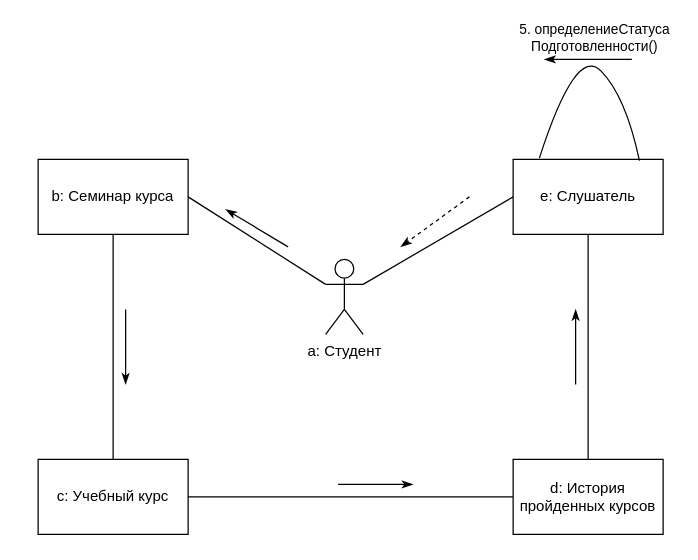
This is acms4_2.drawio from v-tempe/draw.io, a draw.io file, before an edit. Source tidied: cells renumbered, new cells numbered last; positions are measured from the earlier drawing's top-left corner, leaving out a move shared by most shapes. Both pictures are drawn from the tidied source at 125%, with x=0, y=0 at pixel (38, 45).
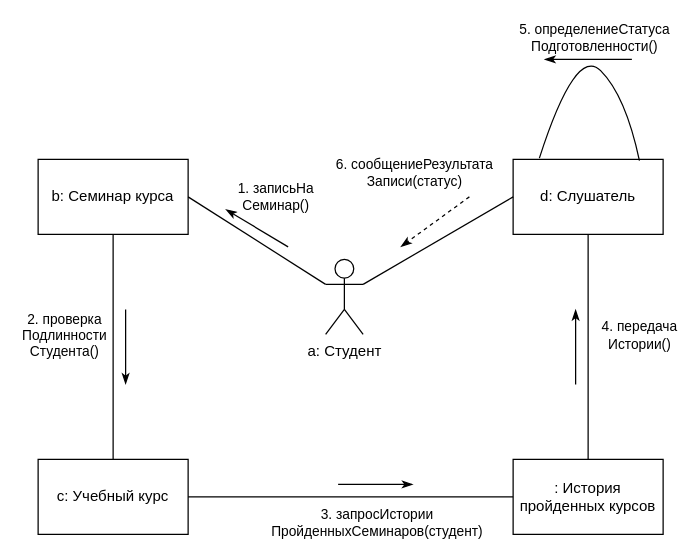
After the change.

The change refers to these unchanged cells:
```xml
<mxCell id="11" style="endArrow=classicThin;html=1;rounded=0;endFill=1;" parent="1" edge="1">
  <mxGeometry relative="1" as="geometry">
    <mxPoint x="200" y="161" as="sourcePoint" />
    <mxPoint x="150" y="131" as="targetPoint" />
  </mxGeometry>
</mxCell>
<mxCell id="13" style="endArrow=classicThin;html=1;rounded=0;endFill=1;dashed=1;" parent="1" edge="1">
  <mxGeometry relative="1" as="geometry">
    <mxPoint x="345" y="121" as="sourcePoint" />
    <mxPoint x="290" y="161" as="targetPoint" />
  </mxGeometry>
</mxCell>
<mxCell id="15" style="endArrow=classicThin;html=1;rounded=0;endFill=1;" parent="1" edge="1">
  <mxGeometry relative="1" as="geometry">
    <mxPoint x="430" y="271" as="sourcePoint" />
    <mxPoint x="430" y="211" as="targetPoint" />
  </mxGeometry>
</mxCell>
<mxCell id="17" style="endArrow=classicThin;html=1;rounded=0;endFill=1;" parent="1" edge="1">
  <mxGeometry relative="1" as="geometry">
    <mxPoint x="240" y="351" as="sourcePoint" />
    <mxPoint x="300" y="351" as="targetPoint" />
  </mxGeometry>
</mxCell>
<mxCell id="19" style="endArrow=classicThin;html=1;rounded=0;endFill=1;" parent="1" edge="1">
  <mxGeometry relative="1" as="geometry">
    <mxPoint x="70" y="211" as="sourcePoint" />
    <mxPoint x="70" y="271" as="targetPoint" />
  </mxGeometry>
</mxCell>
```

What changed in the source:
```diff
@@
-    <mxCell id="5" value="e: Слушатель" style="rounded=0;whiteSpace=wrap;html=1;" parent="1" vertex="1">
+    <mxCell id="5" value="d: Слушатель" style="rounded=0;whiteSpace=wrap;html=1;" parent="1" vertex="1">
       <mxGeometry x="380" y="91" width="120" height="60" as="geometry" />
     </mxCell>
-    <mxCell id="6" value="d: История пройденных курсов" style="rounded=0;whiteSpace=wrap;html=1;" parent="1" vertex="1">
+    <mxCell id="6" value=": История пройденных курсов" style="rounded=0;whiteSpace=wrap;html=1;" parent="1" vertex="1">
       <mxGeometry x="380" y="331" width="120" height="60" as="geometry" />
     </mxCell>
@@
+    <mxCell id="20" value="&lt;div&gt;1. записьНа&lt;/div&gt;&lt;div&gt;Семинар()&lt;/div&gt;" style="edgeLabel;html=1;align=center;verticalAlign=middle;" parent="11" vertex="1">
+      <mxGeometry x="-0.05" relative="1" as="geometry">
+        <mxPoint x="14" y="-26" as="offset" />
+      </mxGeometry>
+    </mxCell>
@@
+    <mxCell id="21" value="&lt;div&gt;6. сообщениеРезультата&lt;/div&gt;&lt;div&gt;Записи(статус)&lt;/div&gt;" style="edgeLabel;html=1;align=center;verticalAlign=middle;" parent="13" vertex="1">
+      <mxGeometry x="0.21" y="-1" relative="1" as="geometry">
+        <mxPoint x="-11" y="-43" as="offset" />
+      </mxGeometry>
+    </mxCell>
@@
+    <mxCell id="22" value="&lt;div&gt;4. передача&lt;/div&gt;&lt;div&gt;Истории()&lt;/div&gt;" style="edgeLabel;html=1;align=center;verticalAlign=middle;" parent="15" vertex="1">
+      <mxGeometry x="0.43" relative="1" as="geometry">
+        <mxPoint x="50" y="3" as="offset" />
+      </mxGeometry>
+    </mxCell>
@@
+    <mxCell id="23" value="&lt;div&gt;3. запросИстории&lt;/div&gt;&lt;div&gt;ПройденныхСеминаров(студент)&lt;/div&gt;" style="edgeLabel;html=1;align=center;verticalAlign=middle;" parent="17" vertex="1">
+      <mxGeometry x="-0.4" y="-2" relative="1" as="geometry">
+        <mxPoint x="12" y="28" as="offset" />
+      </mxGeometry>
+    </mxCell>
@@
+    <mxCell id="24" value="&lt;div&gt;2. проверка&lt;/div&gt;&lt;div&gt;Подлинности&lt;/div&gt;&lt;div&gt;Студента()&lt;/div&gt;" style="edgeLabel;html=1;align=center;verticalAlign=middle;" parent="19" vertex="1">
+      <mxGeometry x="-0.33" y="-2" relative="1" as="geometry">
+        <mxPoint x="-48" as="offset" />
+      </mxGeometry>
+    </mxCell>
```
